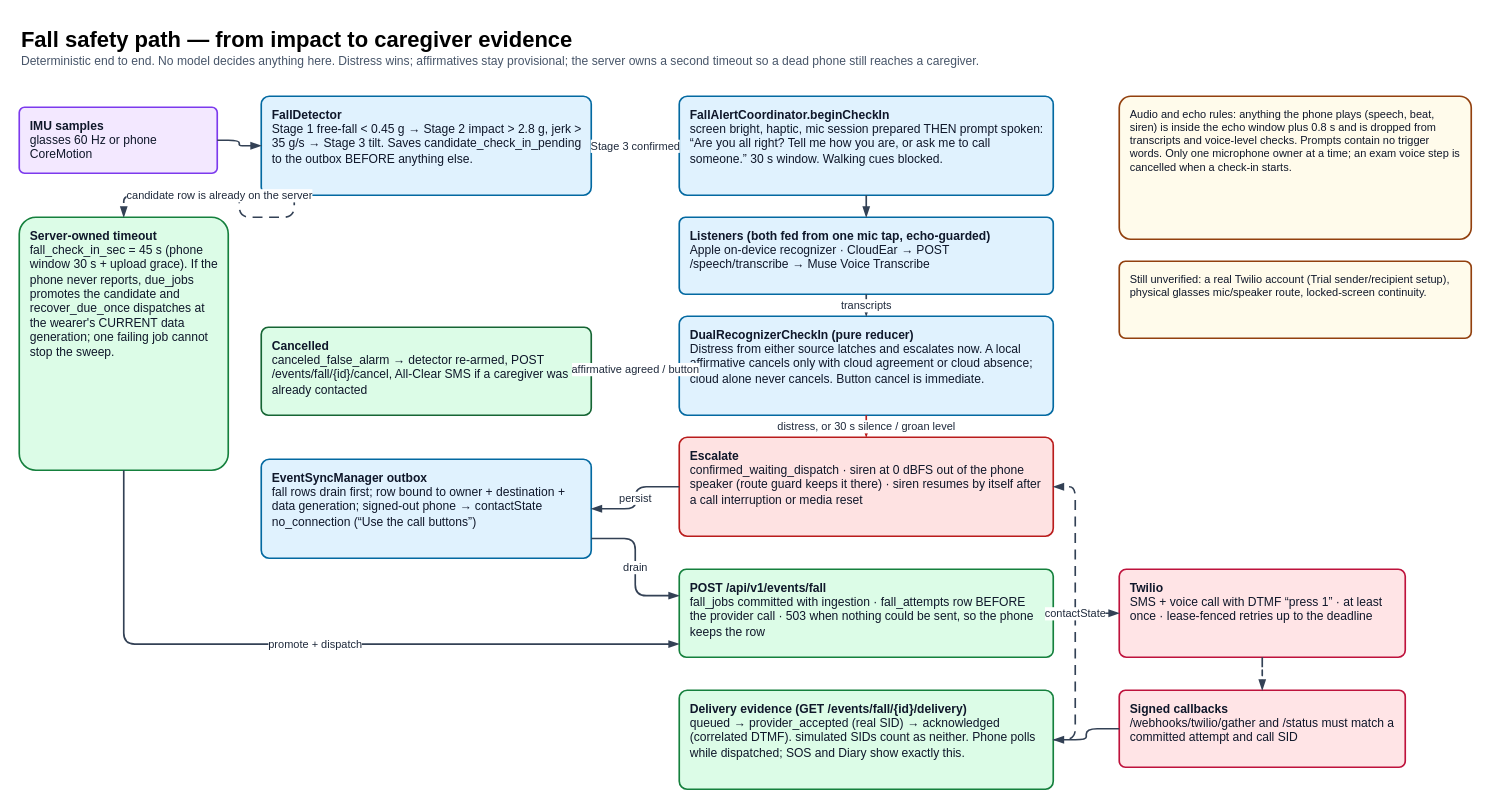
Earlier version of the draw.io diagram page "2 Fall safety path" (2 of 5) of docs/cadence_architecture.drawio (theloopsmith/Cadence). Source tidied: cells renumbered, new cells numbered last; positions are measured from the earlier drawing's top-left corner, leaving out a move shared by most shapes. Both pictures are drawn from the tidied source at 110%, with x=0, y=0 at pixel (19, 19).
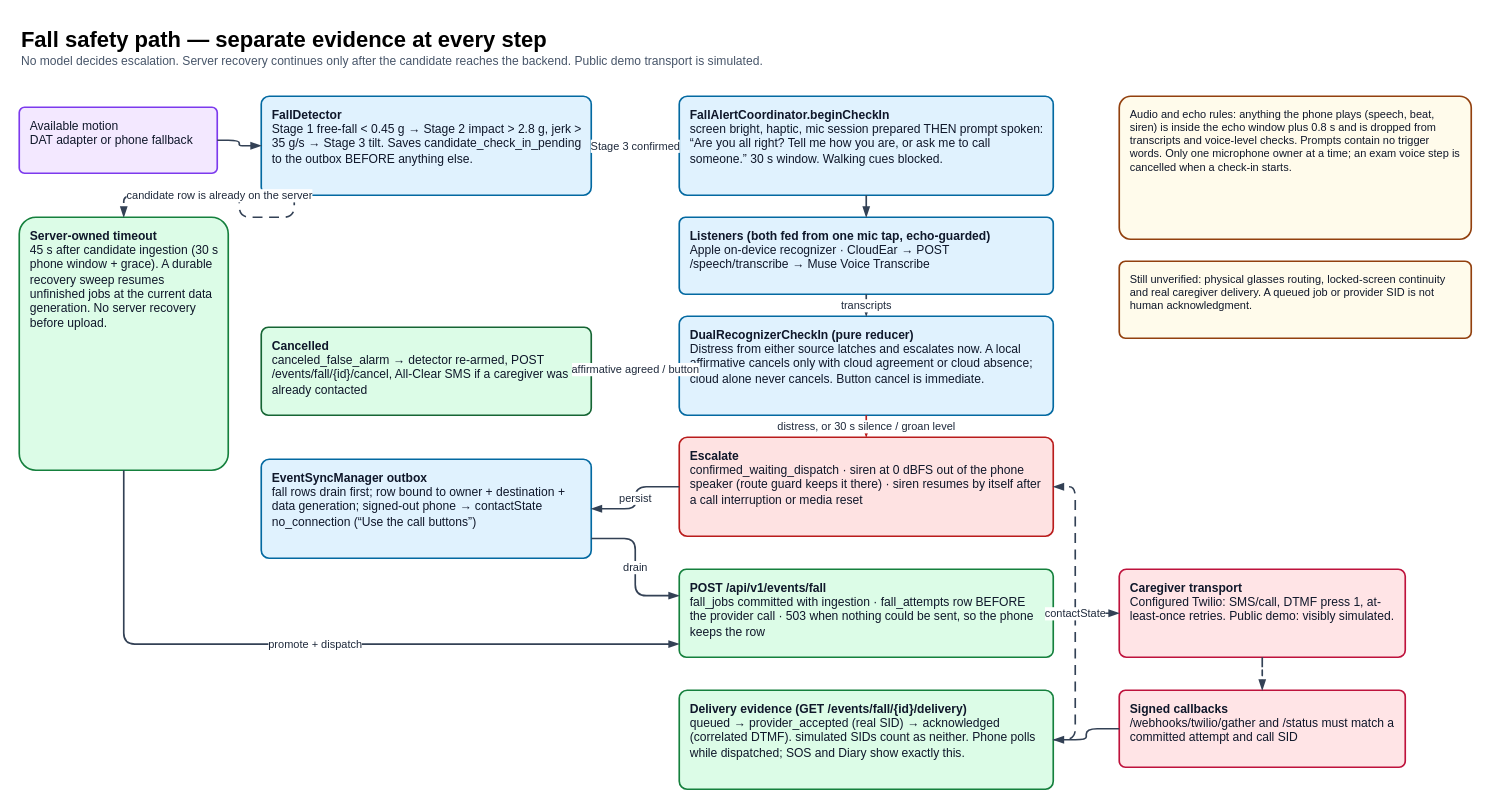
The same diagram, later.

The edit, as a diff of the source:
```diff
@@
-    <mxCell id="2" value="&lt;font style='font-size:20px'&gt;&lt;b&gt;Fall safety path — from impact to caregiver evidence&lt;/b&gt;&lt;/font&gt;&lt;br/&gt;&lt;font style='font-size:11px' color='#475569'&gt;Deterministic end to end. No model decides anything here. Distress wins; affirmatives stay provisional; the server owns a second timeout so a dead phone still reaches a caregiver.&lt;/font&gt;" style="text;html=1;align=left;verticalAlign=top;whiteSpace=wrap;" parent="1" vertex="1">
+    <mxCell id="2" value="&lt;font style=&quot;font-size:20px&quot;&gt;&lt;b&gt;Fall safety path — separate evidence at every step&lt;/b&gt;&lt;/font&gt;&lt;br/&gt;&lt;font style=&quot;font-size:11px&quot; color=&quot;#475569&quot;&gt;No model decides escalation. Server recovery continues only after the candidate reaches the backend. Public demo transport is simulated.&lt;/font&gt;" style="text;html=1;align=left;verticalAlign=top;whiteSpace=wrap;" parent="1" vertex="1">
       <mxGeometry width="1200" height="50" as="geometry" />
     </mxCell>
-    <mxCell id="3" value="&lt;b&gt;IMU samples&lt;/b&gt;&lt;br/&gt;glasses 60 Hz or phone CoreMotion" style="rounded=1;arcSize=8;whiteSpace=wrap;html=1;fillColor=#F3E8FF;strokeColor=#7C3AED;fontColor=#0F172A;fontSize=11;align=left;verticalAlign=top;spacingLeft=8;spacingRight=8;spacingTop=4;strokeWidth=1.5;" parent="1" vertex="1">
+    <mxCell id="3" value="Available motion&lt;br/&gt;DAT adapter or phone fallback" style="rounded=1;arcSize=8;whiteSpace=wrap;html=1;fillColor=#F3E8FF;strokeColor=#7C3AED;fontColor=#0F172A;fontSize=11;align=left;verticalAlign=top;spacingLeft=8;spacingRight=8;spacingTop=4;strokeWidth=1.5;" parent="1" vertex="1">
       <mxGeometry y="80" width="180" height="60" as="geometry" />
     </mxCell>
@@
-    <mxCell id="12" value="&lt;b&gt;Twilio&lt;/b&gt;&lt;br/&gt;SMS + voice call with DTMF “press 1” · at least once · lease-fenced retries up to the deadline" style="rounded=1;arcSize=8;whiteSpace=wrap;html=1;fillColor=#FFE4E6;strokeColor=#BE123C;fontColor=#0F172A;fontSize=11;align=left;verticalAlign=top;spacingLeft=8;spacingRight=8;spacingTop=4;strokeWidth=1.5;" parent="1" vertex="1">
+    <mxCell id="12" value="&lt;b&gt;Caregiver transport&lt;/b&gt;&lt;br/&gt;Configured Twilio: SMS/call, DTMF press 1, at-least-once retries. Public demo: visibly simulated." style="rounded=1;arcSize=8;whiteSpace=wrap;html=1;fillColor=#FFE4E6;strokeColor=#BE123C;fontColor=#0F172A;fontSize=11;align=left;verticalAlign=top;spacingLeft=8;spacingRight=8;spacingTop=4;strokeWidth=1.5;" parent="1" vertex="1">
       <mxGeometry x="1000" y="500" width="260" height="80" as="geometry" />
     </mxCell>
@@
-    <mxCell id="15" value="&lt;b&gt;Server-owned timeout&lt;/b&gt;&lt;br/&gt;fall_check_in_sec = 45 s (phone window 30 s + upload grace). If the phone never reports, due_jobs promotes the candidate and recover_due_once dispatches at the wearer&amp;#x27;s CURRENT data generation; one failing job cannot stop the sweep." style="rounded=1;arcSize=8;whiteSpace=wrap;html=1;fillColor=#DCFCE7;strokeColor=#15803D;fontColor=#0F172A;fontSize=11;align=left;verticalAlign=top;spacingLeft=8;spacingRight=8;spacingTop=4;strokeWidth=1.5;" parent="1" vertex="1">
+    <mxCell id="15" value="&lt;b&gt;Server-owned timeout&lt;/b&gt;&lt;br/&gt;45 s after candidate ingestion (30 s phone window + grace). A durable recovery sweep resumes unfinished jobs at the current data generation. No server recovery before upload." style="rounded=1;arcSize=8;whiteSpace=wrap;html=1;fillColor=#DCFCE7;strokeColor=#15803D;fontColor=#0F172A;fontSize=11;align=left;verticalAlign=top;spacingLeft=8;spacingRight=8;spacingTop=4;strokeWidth=1.5;" parent="1" vertex="1">
       <mxGeometry y="180" width="190" height="230" as="geometry" />
     </mxCell>
@@
-    <mxCell id="31" value="Still unverified: a real Twilio account (Trial sender/recipient setup), physical glasses mic/speaker route, locked-screen continuity." style="rounded=1;arcSize=8;whiteSpace=wrap;html=1;fillColor=#FFFBEB;strokeColor=#92400E;fontColor=#0F172A;fontSize=10;align=left;verticalAlign=top;spacingLeft=8;spacingRight=8;spacingTop=4;strokeWidth=1.5;" parent="1" vertex="1">
+    <mxCell id="31" value="Still unverified: physical glasses routing, locked-screen continuity and real caregiver delivery. A queued job or provider SID is not human acknowledgment." style="rounded=1;arcSize=8;whiteSpace=wrap;html=1;fillColor=#FFFBEB;strokeColor=#92400E;fontColor=#0F172A;fontSize=10;align=left;verticalAlign=top;spacingLeft=8;spacingRight=8;spacingTop=4;strokeWidth=1.5;" parent="1" vertex="1">
       <mxGeometry x="1000" y="220" width="320" height="70" as="geometry" />
     </mxCell>
```
